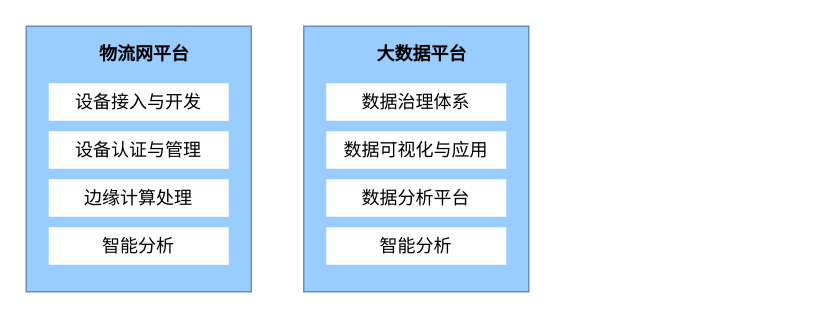
Before: docs/Untitled Diagram.drawio in lokiworks/codebase, a draw.io diagram. Source tidied: cells renumbered, new cells numbered last; positions are measured from the earlier drawing's top-left corner, leaving out a move shared by most shapes. Both pictures are drawn from the tidied source at 150%, with x=0, y=0 at pixel (26, 26).
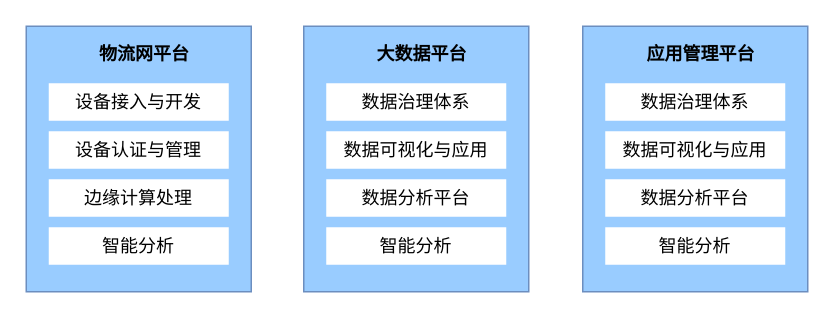
After the change.

Diff of the diagram source:
```diff
@@
 <mxGraphModel>
   <root>
     <mxCell id="0" />
     <mxCell id="1" parent="0" />
     <mxCell id="2" style="rounded=0;whiteSpace=wrap;html=1;fillColor=#99CCFF;strokeColor=#6c8ebf;" parent="1" vertex="1">
       <mxGeometry width="150" height="177" as="geometry" />
     </mxCell>
     <mxCell id="3" value="设备接入与开发" style="rounded=0;whiteSpace=wrap;html=1;strokeColor=none;" parent="1" vertex="1">
       <mxGeometry x="15" y="38" width="120" height="25" as="geometry" />
     </mxCell>
     <mxCell id="4" value="物流网平台" style="text;html=1;strokeColor=none;fillColor=none;align=center;verticalAlign=middle;whiteSpace=wrap;rounded=0;fontStyle=1;" parent="1" vertex="1">
       <mxGeometry x="41" y="4" width="76" height="30" as="geometry" />
     </mxCell>
     <mxCell id="5" value="设备认证与管理" style="rounded=0;whiteSpace=wrap;html=1;strokeColor=none;" parent="1" vertex="1">
       <mxGeometry x="15" y="70" width="120" height="25" as="geometry" />
     </mxCell>
     <mxCell id="6" value="边缘计算处理" style="rounded=0;whiteSpace=wrap;html=1;strokeColor=none;" parent="1" vertex="1">
       <mxGeometry x="15" y="102" width="120" height="25" as="geometry" />
     </mxCell>
     <mxCell id="7" value="智能分析" style="rounded=0;whiteSpace=wrap;html=1;strokeColor=none;" parent="1" vertex="1">
       <mxGeometry x="15" y="134" width="120" height="25" as="geometry" />
     </mxCell>
     <mxCell id="8" style="rounded=0;whiteSpace=wrap;html=1;fillColor=#99CCFF;strokeColor=#6c8ebf;" parent="1" vertex="1">
       <mxGeometry x="185" width="150" height="177" as="geometry" />
     </mxCell>
     <mxCell id="9" value="数据治理体系" style="rounded=0;whiteSpace=wrap;html=1;strokeColor=none;" parent="1" vertex="1">
       <mxGeometry x="200" y="38" width="120" height="25" as="geometry" />
     </mxCell>
     <mxCell id="10" value="大数据平台" style="text;html=1;strokeColor=none;fillColor=none;align=center;verticalAlign=middle;whiteSpace=wrap;rounded=0;fontStyle=1;" parent="1" vertex="1">
       <mxGeometry x="226" y="4" width="76" height="30" as="geometry" />
     </mxCell>
     <mxCell id="11" value="数据可视化与应用" style="rounded=0;whiteSpace=wrap;html=1;strokeColor=none;" parent="1" vertex="1">
       <mxGeometry x="200" y="70" width="120" height="25" as="geometry" />
     </mxCell>
     <mxCell id="12" value="数据分析平台" style="rounded=0;whiteSpace=wrap;html=1;strokeColor=none;" parent="1" vertex="1">
       <mxGeometry x="200" y="102" width="120" height="25" as="geometry" />
     </mxCell>
     <mxCell id="13" value="智能分析" style="rounded=0;whiteSpace=wrap;html=1;strokeColor=none;" parent="1" vertex="1">
       <mxGeometry x="200" y="134" width="120" height="25" as="geometry" />
     </mxCell>
+    <mxCell id="14" style="rounded=0;whiteSpace=wrap;html=1;fillColor=#99CCFF;strokeColor=#6c8ebf;" parent="1" vertex="1">
+      <mxGeometry x="371" width="150" height="177" as="geometry" />
+    </mxCell>
+    <mxCell id="15" value="数据治理体系" style="rounded=0;whiteSpace=wrap;html=1;strokeColor=none;" parent="1" vertex="1">
+      <mxGeometry x="386" y="38" width="120" height="25" as="geometry" />
+    </mxCell>
+    <mxCell id="16" value="应用管理平台" style="text;html=1;strokeColor=none;fillColor=none;align=center;verticalAlign=middle;whiteSpace=wrap;rounded=0;fontStyle=1;" parent="1" vertex="1">
+      <mxGeometry x="412" y="4" width="76" height="30" as="geometry" />
+    </mxCell>
+    <mxCell id="17" value="数据可视化与应用" style="rounded=0;whiteSpace=wrap;html=1;strokeColor=none;" parent="1" vertex="1">
+      <mxGeometry x="386" y="70" width="120" height="25" as="geometry" />
+    </mxCell>
+    <mxCell id="18" value="数据分析平台" style="rounded=0;whiteSpace=wrap;html=1;strokeColor=none;" parent="1" vertex="1">
+      <mxGeometry x="386" y="102" width="120" height="25" as="geometry" />
+    </mxCell>
+    <mxCell id="19" value="智能分析" style="rounded=0;whiteSpace=wrap;html=1;strokeColor=none;" parent="1" vertex="1">
+      <mxGeometry x="386" y="134" width="120" height="25" as="geometry" />
+    </mxCell>
   </root>
 </mxGraphModel>
```
